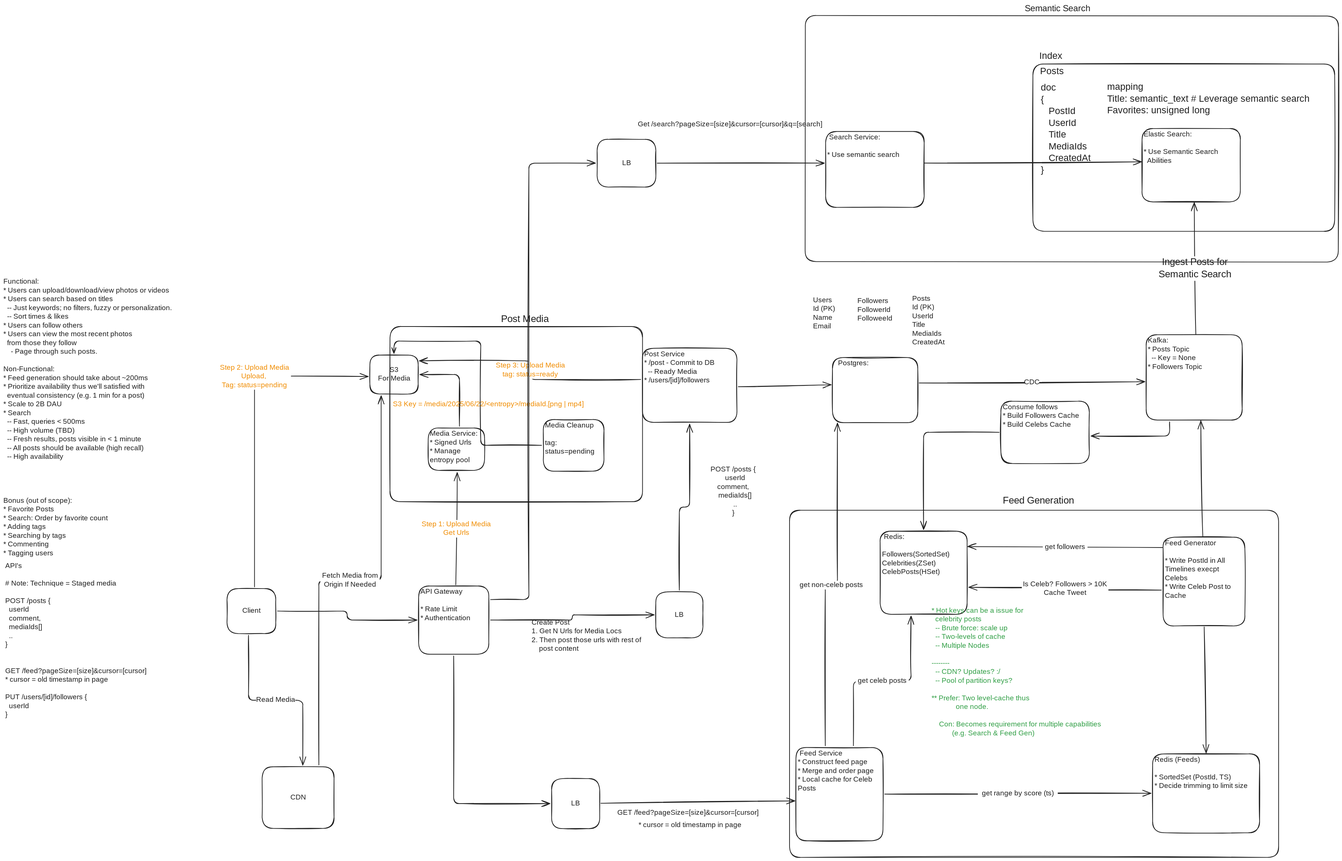
Earlier version of the Excalidraw export books/educative-grokking-sdi/instagram.excalidraw.svg (aedenj/continuous-improvement). Source tidied: one line per element, renumbered; positions are measured from the earlier drawing's top-left corner, leaving out a move shared by most shapes.
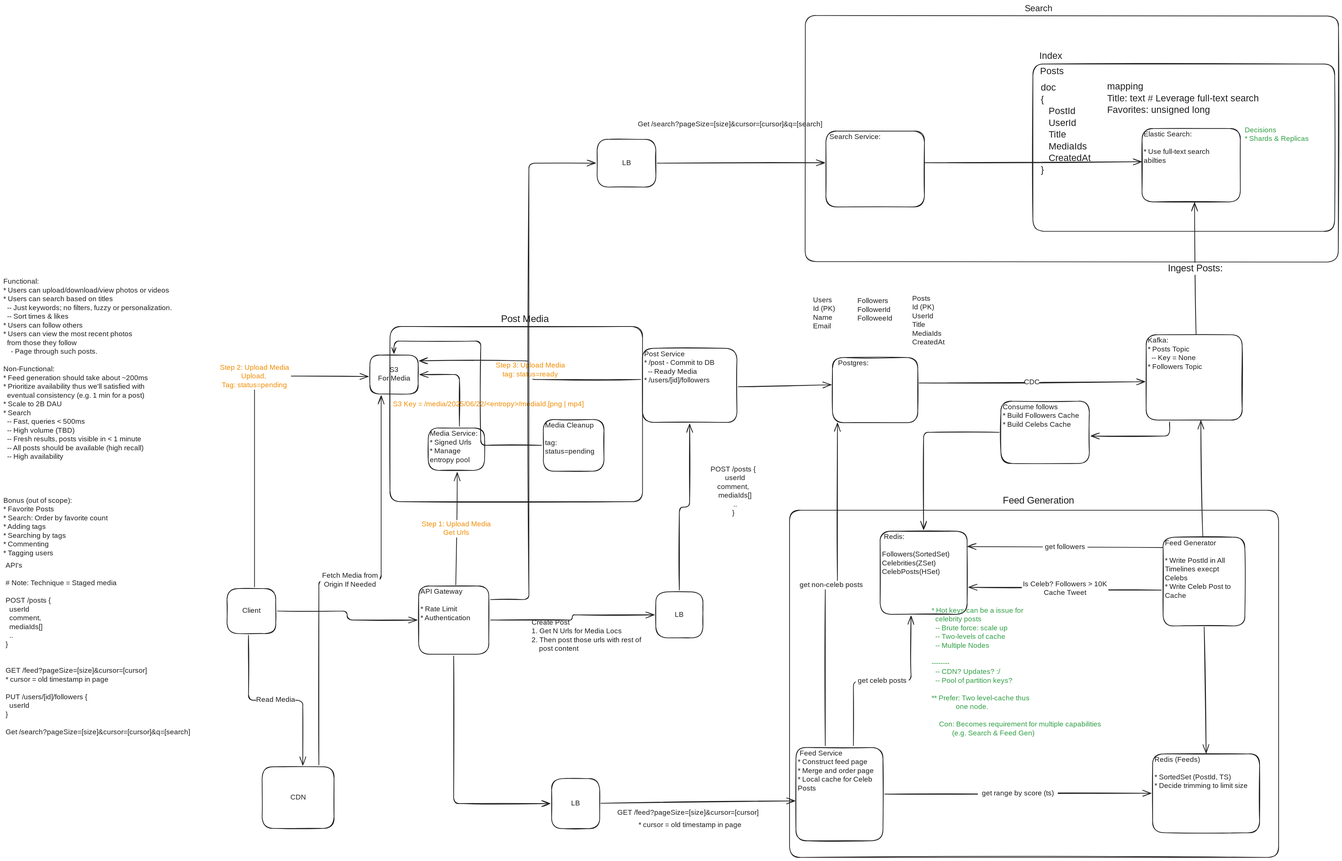
The same file after the commit.

Change to the diagram source:
```diff
@@ -1,7 +1,7 @@
 {"id": 0, "type": "rectangle", "strokeColor": "#1e1e1e", "strokeWidth": 2, "roughness": 1, "round": true, "x": 2938, "y": 172, "width": 861, "height": 478}
 {"id": 1, "type": "text", "text": "  Posts", "strokeColor": "#1e1e1e", "strokeWidth": 2, "roughness": 1, "fontSize": 26.87, "fontFamily": 5, "inside": 0, "x": 2943, "y": 177, "width": 100, "height": 34}
 {"id": 2, "type": "text", "text": "Functional:\n* Users can upload/download/view photos or videos\n* Users can search based on titles\n  -- Just keywords; no filters, fuzzy or personalization. \n  -- Sort times & likes\n* Users can follow others\n* Users can view the most recent photos \n  from those they follow\n    - Page through such posts.\n\nNon-Functional:\n* Feed generation should take about ~200ms\n* Prioritize availability thus we'll satisfied with \n  eventual consistency (e.g. 1 min for a post)\n* Scale to 2B DAU\n* Search\n  -- Fast, queries < 500ms\n  -- High volume (TBD)\n  -- Fresh results, posts visible in < 1 minute\n  -- All posts should be available (high recall)\n  -- High availability\n\n\n\n\nBonus (out of scope):\n* Favorite Posts\n* Search: Order by favorite count\n* Adding tags\n* Searching by tags\n* Commenting\n* Tagging users\n", "strokeColor": "#1e1e1e", "strokeWidth": 2, "roughness": 1, "fontSize": 20, "fontFamily": 5, "x": 0, "y": 782, "width": 550, "height": 825}
-{"id": 3, "type": "text", "text": "API's\n\n# Note: Technique = Staged media\n\nPOST /posts {\n  userId\n  comment,  \n  mediaIds[]\n  ..\n}\n\n\nGET /feed?pageSize=[size]&cursor=[cursor] \n* cursor = old timestamp in page\n\nPUT /users/[id]/followers {\n  userId\n}\n\n", "strokeColor": "#1e1e1e", "strokeWidth": 2, "roughness": 1, "fontSize": 20, "fontFamily": 5, "x": 5, "y": 1593, "width": 444, "height": 500}
+{"id": 3, "type": "text", "text": "API's\n\n# Note: Technique = Staged media\n\nPOST /posts {\n  userId\n  comment,  \n  mediaIds[]\n  ..\n}\n\n\nGET /feed?pageSize=[size]&cursor=[cursor] \n* cursor = old timestamp in page\n\nPUT /users/[id]/followers {\n  userId\n}\n\nGet /search?pageSize=[size]&cursor=[cursor]&q=[search]\n  \n\n", "strokeColor": "#1e1e1e", "strokeWidth": 2, "roughness": 1, "fontSize": 20, "fontFamily": 5, "x": 6, "y": 1593, "width": 564, "height": 575}
 {"id": 4, "type": "rectangle", "strokeColor": "#1e1e1e", "strokeWidth": 2, "roughness": 1, "round": true, "x": 638, "y": 1670, "width": 139, "height": 128}
 {"id": 5, "type": "text", "text": "Client", "strokeColor": "#1e1e1e", "strokeWidth": 2, "roughness": 1, "fontSize": 20, "fontFamily": 5, "textAlign": "center", "verticalAlign": "middle", "inside": 4, "x": 680, "y": 1722, "width": 54, "height": 25}
 {"id": 6, "type": "rectangle", "strokeColor": "#1e1e1e", "strokeWidth": 2, "roughness": 1, "round": true, "x": 1185, "y": 1663, "width": 200, "height": 195}
@@ -81,20 +81,21 @@
 {"id": 80, "type": "rectangle", "strokeColor": "#1e1e1e", "strokeWidth": 2, "roughness": 1, "round": true, "x": 1694, "y": 387, "width": 168, "height": 136}
 {"id": 81, "type": "text", "text": "LB", "strokeColor": "#1e1e1e", "strokeWidth": 2, "roughness": 1, "fontSize": 20, "fontFamily": 5, "textAlign": "center", "verticalAlign": "middle", "inside": 80, "x": 1765, "y": 443, "width": 26, "height": 25}
 {"id": 82, "type": "arrow", "strokeColor": "#1e1e1e", "strokeWidth": 2, "roughness": 1, "endArrowhead": "arrow", "from": 6, "to": 80, "x": 1390, "y": 1701, "width": 299, "height": 1246, "points": [[0, 0], [109, 0], [109, -1246], [299, -1246]]}
-{"id": 83, "type": "arrow", "strokeColor": "#1e1e1e", "strokeWidth": 2, "roughness": 1, "endArrowhead": "arrow", "from": 80, "to": 88, "x": 1866, "y": 455, "width": 477, "height": 0, "points": [[0, 0], [477, 0]]}
+{"id": 83, "type": "arrow", "strokeColor": "#1e1e1e", "strokeWidth": 2, "roughness": 1, "endArrowhead": "arrow", "from": 80, "to": 88, "x": 1866, "y": 455, "width": 478, "height": 1, "points": [[0, 0], [478, -1]]}
 {"id": 84, "type": "text", "text": "Get /search?pageSize=[size]&cursor=[cursor]&q=[search]\n  \n", "strokeColor": "#1e1e1e", "strokeWidth": 2, "roughness": 1, "fontSize": 20, "fontFamily": 5, "x": 1811, "y": 333, "width": 564, "height": 75}
 {"id": 85, "type": "text", "text": "Users\nId (PK)\nName\nEmail", "strokeColor": "#1e1e1e", "strokeWidth": 2, "roughness": 1, "fontSize": 20, "fontFamily": 5, "x": 2311, "y": 835, "width": 74, "height": 100}
 {"id": 86, "type": "text", "text": "Posts\nId (PK)\nUserId\nTitle\nMediaIds\nCreatedAt\n", "strokeColor": "#1e1e1e", "strokeWidth": 2, "roughness": 1, "fontSize": 20, "fontFamily": 5, "x": 2594, "y": 830, "width": 101, "height": 175}
 {"id": 87, "type": "text", "text": "Followers\nFollowerId\nFolloweeId", "strokeColor": "#1e1e1e", "strokeWidth": 2, "roughness": 1, "fontSize": 20, "fontFamily": 5, "x": 2437, "y": 837, "width": 104, "height": 75}
-{"id": 88, "type": "rectangle", "strokeColor": "#1e1e1e", "strokeWidth": 2, "roughness": 1, "round": true, "x": 2347, "y": 365, "width": 281, "height": 217}
+{"id": 88, "type": "rectangle", "strokeColor": "#1e1e1e", "strokeWidth": 2, "roughness": 1, "round": true, "x": 2347, "y": 364, "width": 281, "height": 217}
-{"id": 89, "type": "text", "text": " Search Service:\n\n* Use semantic search", "strokeColor": "#1e1e1e", "strokeWidth": 2, "roughness": 1, "fontSize": 20, "fontFamily": 5, "inside": 88, "x": 2352, "y": 370, "width": 216, "height": 75}
+{"id": 89, "type": "text", "text": " Search Service:\n\n", "strokeColor": "#1e1e1e", "strokeWidth": 2, "roughness": 1, "fontSize": 20, "fontFamily": 5, "inside": 88, "x": 2352, "y": 369, "width": 153, "height": 75}
 {"id": 90, "type": "rectangle", "strokeColor": "#1e1e1e", "strokeWidth": 2, "roughness": 1, "round": true, "x": 3250, "y": 357, "width": 281, "height": 209}
-{"id": 91, "type": "text", "text": "Elastic Search:\n\n* Use Semantic Search\n  Abilities", "strokeColor": "#1e1e1e", "strokeWidth": 2, "roughness": 1, "fontSize": 20, "fontFamily": 5, "inside": 90, "x": 3255, "y": 362, "width": 220, "height": 100}
+{"id": 91, "type": "text", "text": "Elastic Search:\n\n* Use full-text search\nabilties\n\n", "strokeColor": "#1e1e1e", "strokeWidth": 2, "roughness": 1, "fontSize": 20, "fontFamily": 5, "inside": 90, "x": 3255, "y": 362, "width": 216, "height": 150}
 {"id": 92, "type": "text", "text": "doc \n{\n   PostId\n   UserId\n   Title\n   MediaIds\n   CreatedAt\n}", "strokeColor": "#1e1e1e", "strokeWidth": 2, "roughness": 1, "fontSize": 26.87, "fontFamily": 5, "verticalAlign": "middle", "x": 2961, "y": 225, "width": 168, "height": 269}
 {"id": 93, "type": "text", "text": "Index", "strokeColor": "#1e1e1e", "strokeWidth": 2, "roughness": 1, "fontSize": 26.87, "fontFamily": 5, "x": 2957, "y": 134, "width": 75, "height": 34}
-{"id": 94, "type": "text", "text": "mapping\nTitle: semantic_text # Leverage semantic search\nFavorites: unsigned long", "strokeColor": "#1e1e1e", "strokeWidth": 2, "roughness": 1, "fontSize": 26.87, "fontFamily": 5, "verticalAlign": "middle", "x": 3150, "y": 223, "width": 645, "height": 101}
+{"id": 94, "type": "text", "text": "mapping\nTitle: text # Leverage full-text search\nFavorites: unsigned long", "strokeColor": "#1e1e1e", "strokeWidth": 2, "roughness": 1, "fontSize": 26.87, "fontFamily": 5, "verticalAlign": "middle", "x": 3150, "y": 222, "width": 515, "height": 101}
-{"id": 95, "type": "arrow", "strokeColor": "#1e1e1e", "strokeWidth": 2, "roughness": 1, "endArrowhead": "arrow", "from": 88, "to": 90, "x": 2629, "y": 455, "width": 619, "height": 4, "points": [[0, 0], [619, -4]]}
+{"id": 95, "type": "arrow", "strokeColor": "#1e1e1e", "strokeWidth": 2, "roughness": 1, "endArrowhead": "arrow", "from": 88, "to": 90, "x": 2630, "y": 454, "width": 619, "height": 3, "points": [[0, 0], [619, -3]]}
-{"id": 96, "type": "arrow", "strokeColor": "#1e1e1e", "strokeWidth": 2, "roughness": 1, "endArrowhead": "arrow", "from": 23, "to": 90, "x": 3404, "y": 944, "width": 4, "height": 376, "points": [[0, 0], [-4, -376]]}
+{"id": 96, "type": "arrow", "strokeColor": "#1e1e1e", "strokeWidth": 2, "roughness": 1, "endArrowhead": "arrow", "from": 23, "to": 90, "x": 3404, "y": 945, "width": 4, "height": 376, "points": [[0, 0], [-4, -376]]}
-{"id": 97, "type": "text", "text": "Ingest Posts for\nSemantic Search", "strokeColor": "#1e1e1e", "strokeWidth": 2, "roughness": 1, "fontSize": 28, "fontFamily": 5, "textAlign": "center", "verticalAlign": "middle", "inside": 96, "x": 3283, "y": 721, "width": 237, "height": 70}
+{"id": 97, "type": "text", "text": "Ingest Posts:", "strokeColor": "#1e1e1e", "strokeWidth": 2, "roughness": 1, "fontSize": 28, "fontFamily": 5, "textAlign": "center", "verticalAlign": "middle", "inside": 96, "x": 3306, "y": 739, "width": 191, "height": 35}
 {"id": 98, "type": "rectangle", "strokeColor": "#1e1e1e", "angle": 0.0, "strokeWidth": 2, "roughness": 1, "round": true, "x": 2289, "y": 35, "width": 1522, "height": 702}
-{"id": 99, "type": "text", "text": "Semantic Search", "strokeColor": "#1e1e1e", "angle": 0.0, "strokeWidth": 2, "roughness": 1, "fontSize": 24.94, "fontFamily": 5, "x": 2915, "y": 0, "width": 196, "height": 31}
+{"id": 99, "type": "text", "text": "Search", "strokeColor": "#1e1e1e", "angle": 0.0, "strokeWidth": 2, "roughness": 1, "fontSize": 24.94, "fontFamily": 5, "x": 2915, "y": 0, "width": 80, "height": 31}
+{"id": 100, "type": "text", "text": "Decisions\n* Shards & Replicas", "strokeColor": "#2f9e44", "strokeWidth": 2, "roughness": 1, "fontSize": 20, "fontFamily": 5, "x": 3543, "y": 350, "width": 193, "height": 50}
```
